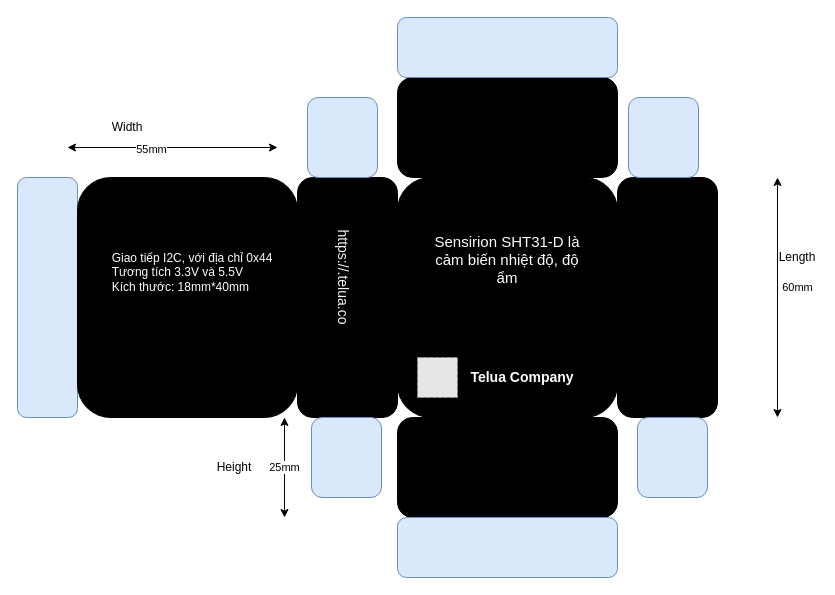
Above: hopnhua/box.drawio in letrthong/sensor_docs (draw.io), before the change. Source tidied: cells renumbered, new cells numbered last; positions are measured from the earlier drawing's top-left corner, leaving out a move shared by most shapes. Both pictures are drawn from the tidied source at 100%, with x=0, y=0 at pixel (17, 17). Pictures stored in the file or linked from it are replaced by grey dashed boxes.
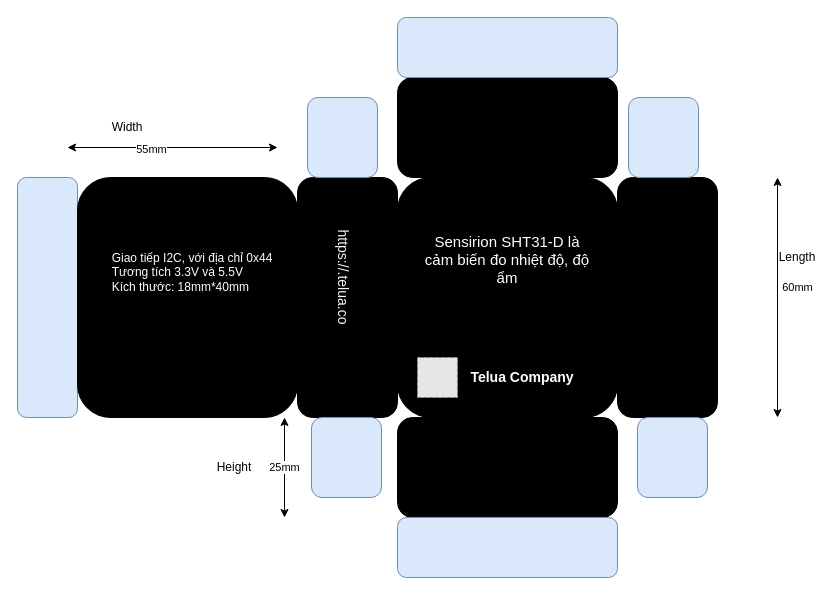
The same page after the edit.

Diff of the diagram source:
```diff
@@
-    <mxCell id="26" value="&lt;font color=&quot;#ffffff&quot; style=&quot;font-size: 15px&quot;&gt;Sensirion SHT31-D là cảm biến nhiệt độ, độ ẩm&lt;br&gt;&lt;br&gt;&lt;br&gt;&lt;/font&gt;" style="text;html=1;strokeColor=none;fillColor=none;align=center;verticalAlign=middle;whiteSpace=wrap;rounded=0;" parent="1" vertex="1">
+    <mxCell id="26" value="&lt;font color=&quot;#ffffff&quot; style=&quot;font-size: 15px&quot;&gt;Sensirion SHT31-D là cảm biến đo nhiệt độ, độ ẩm&lt;br&gt;&lt;br&gt;&lt;br&gt;&lt;/font&gt;" style="text;html=1;strokeColor=none;fillColor=none;align=center;verticalAlign=middle;whiteSpace=wrap;rounded=0;" parent="1" vertex="1">
       <mxGeometry x="405" y="210" width="170" height="100" as="geometry" />
     </mxCell>
```
